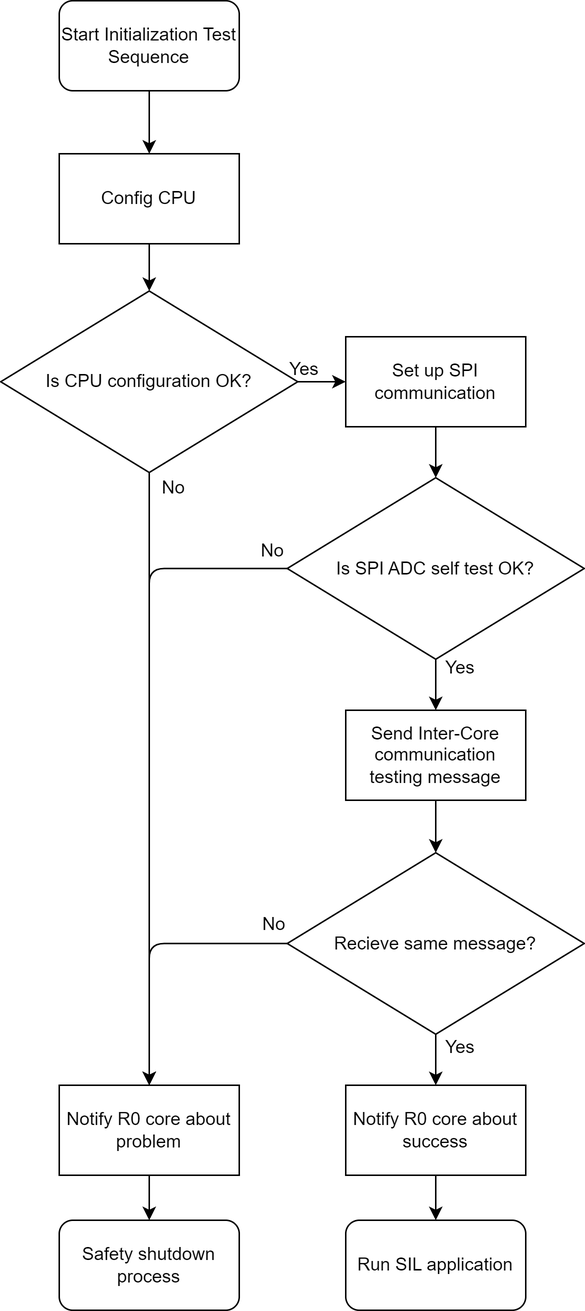
The draw.io diagram schematic/05-sw-flow-initialization-check.png in petrkucerak/diplom-thesis, before a commit. Source tidied: cells renumbered, new cells last; positions are measured from the earlier drawing's top-left corner, leaving out a move shared by most shapes.
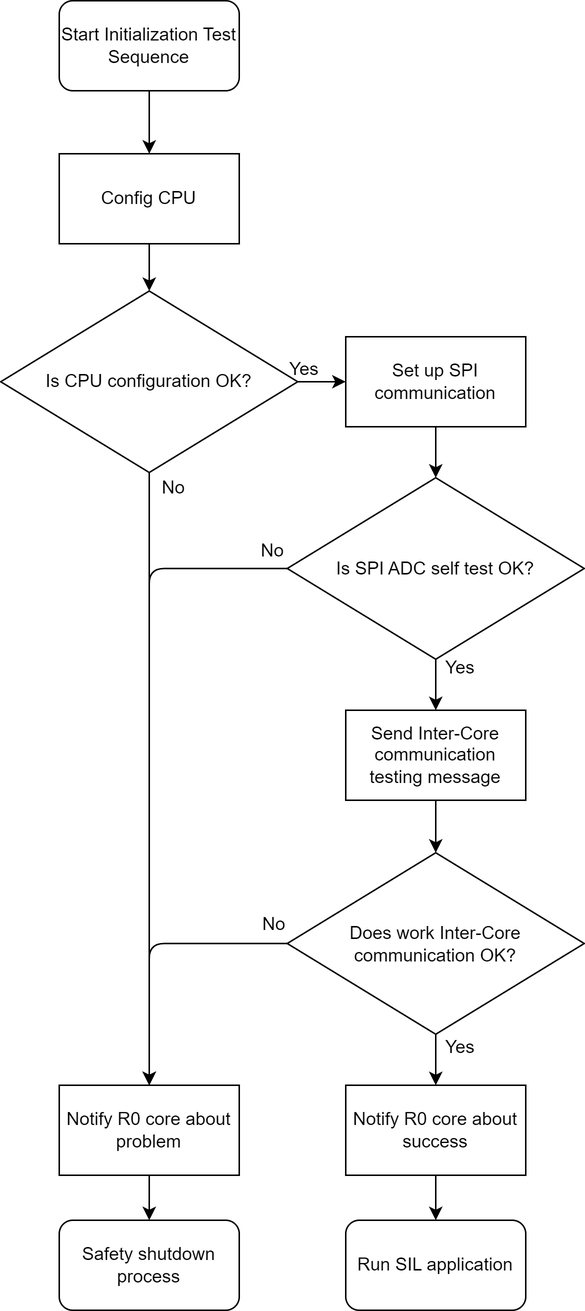
After the commit.

The edit, as a diff of the source:
```diff
@@ -58,7 +58,7 @@
         <mxPoint x="17" y="-12" as="offset" />
       </mxGeometry>
     </mxCell>
-    <mxCell id="18" value="&lt;span style=&quot;color: rgb(0, 0, 0);&quot;&gt;Recieve same message?&lt;/span&gt;" style="rhombus;whiteSpace=wrap;html=1;fontSize=12;" parent="1" vertex="1">
+    <mxCell id="18" value="&lt;span style=&quot;color: rgb(0, 0, 0);&quot;&gt;Does work Inter-Core communication OK?&lt;/span&gt;" style="rhombus;whiteSpace=wrap;html=1;fontSize=12;" parent="1" vertex="1">
       <mxGeometry x="191" y="568" width="198" height="121" as="geometry" />
     </mxCell>
     <mxCell id="19" value="Safety shutdown process" style="rounded=1;whiteSpace=wrap;html=1;fontSize=12;" parent="1" vertex="1">
```
